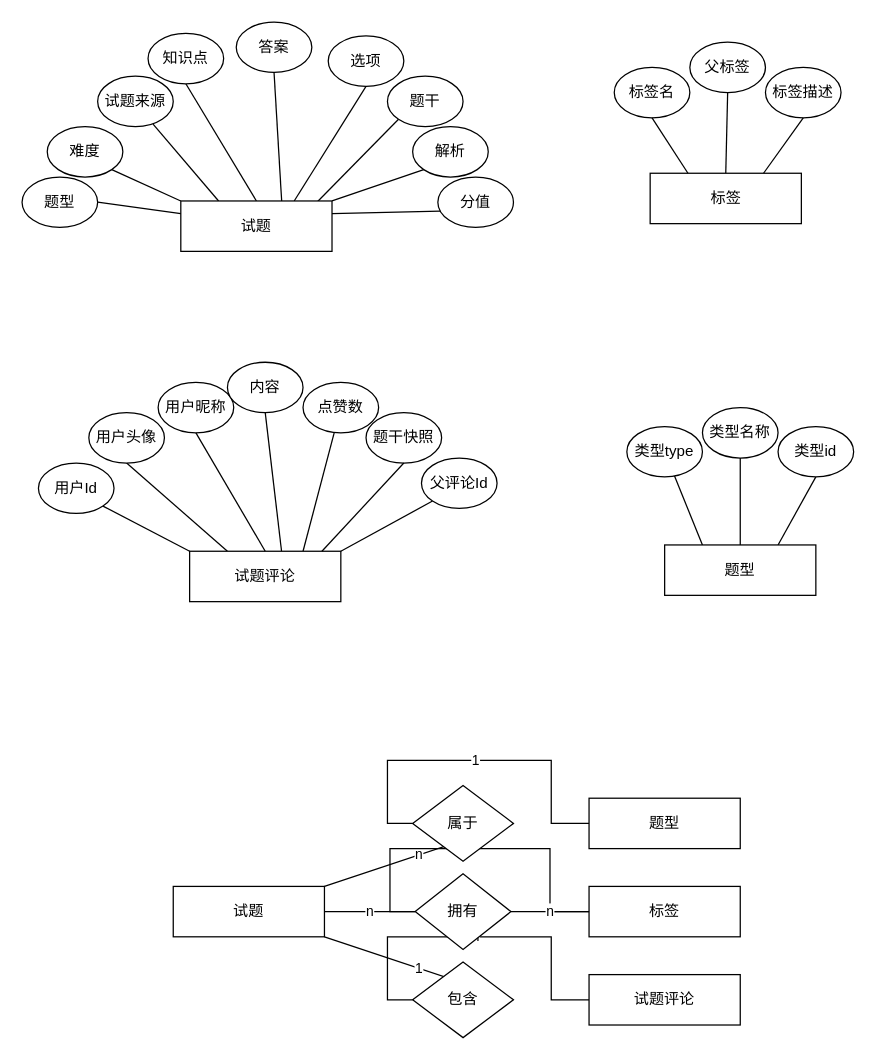
Before: page "试题模块E-R图" (4 of 34) of 题库E-R.drawio in ChenLiheng/question-project, a draw.io diagram. Source tidied: cells renumbered, new cells numbered last; positions are measured from the earlier drawing's top-left corner, leaving out a move shared by most shapes. Both pictures are drawn from the tidied source at 126%, with x=0, y=0 at pixel (21, 21).
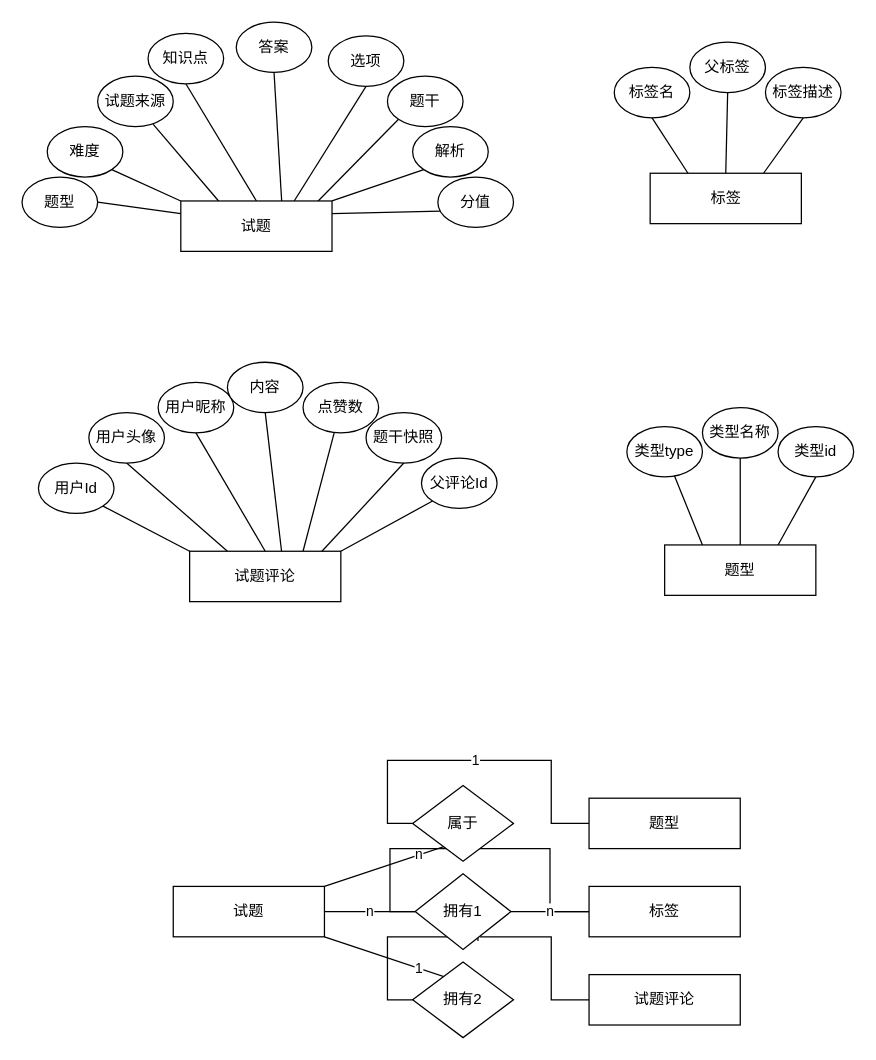
After the change.

Unchanged cells that the change refers to:
```xml
<mxCell id="54" style="group;" parent="1" vertex="1">
  <mxGeometry x="120" y="606" width="450" height="200" as="geometry" />
</mxCell>
```

What changed in the source:
```diff
@@
-    <mxCell id="63" value="包含" style="rhombus;whiteSpace=wrap;html=1;flipH=1;legacyAnchorPoints=0;" parent="54" vertex="1">
+    <mxCell id="63" value="拥有2" style="rhombus;whiteSpace=wrap;html=1;flipH=1;legacyAnchorPoints=0;" parent="54" vertex="1">
       <mxGeometry x="190" y="140" width="80" height="60" as="geometry" />
     </mxCell>
@@
-    <mxCell id="66" value="拥有" style="rhombus;whiteSpace=wrap;html=1;flipH=1;legacyAnchorPoints=0;" parent="54" vertex="1">
+    <mxCell id="66" value="拥有1" style="rhombus;whiteSpace=wrap;html=1;flipH=1;legacyAnchorPoints=0;" parent="54" vertex="1">
       <mxGeometry x="192" y="70" width="76" height="60" as="geometry" />
     </mxCell>
```
